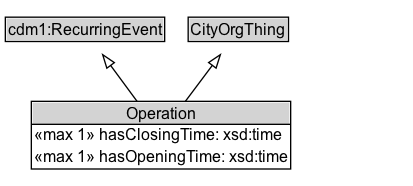
Above: docs/diagrams/Operation.dot.png in ISO-TC204/ontology-cdm-p2-v1 (Graphviz), before the change. Its source is kept beside it as docs/diagrams/Operation.dot.
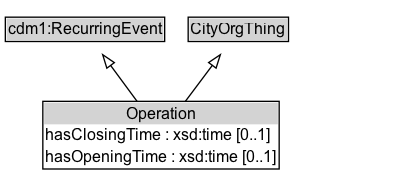
After the commit.

Diff of the diagram source:
```diff
@@ -3,15 +3,18 @@
 	node [fontname=Arial fontsize=12 margin=0 shape=none]
 	edge [fontname=Arial fontsize=11]
 	{
+		rank=source
+		cdm1_RecurringEvent [label=<<TABLE BORDER="1" CELLBORDER="0" CELLSPACING="0" CELLPADDING="1"><TR><TD BGCOLOR="lightgray" ALIGN="CENTER">cdm1:RecurringEvent</TD></TR></TABLE>> URL="https://w3id.org/citydata/part1/v1/RecurringEvent" margin=0]
+		CityOrgThing [label=<<TABLE BORDER="1" CELLBORDER="0" CELLSPACING="0" CELLPADDING="1"><TR><TD BGCOLOR="lightgray" ALIGN="CENTER">CityOrgThing</TD></TR></TABLE>> URL="../CityOrgThing" margin=0]
+	}
+	Operation [label=<<TABLE BORDER="1" CELLBORDER="0" CELLSPACING="0" CELLPADDING="1"><TR><TD BGCOLOR="lightgray" ALIGN="CENTER">Operation</TD></TR><TR><TD ALIGN="LEFT">hasClosingTime : xsd:time [0..1]</TD></TR><TR><TD ALIGN="LEFT">hasOpeningTime : xsd:time [0..1]</TD></TR></TABLE>> URL="../Operation" margin=0]
+	{
 		rank=max
-		Operation [label=<<TABLE BORDER="1" CELLBORDER="0" CELLSPACING="0" CELLPADDING="1"><TR><TD BGCOLOR="lightgray" ALIGN="CENTER" PORT="e">Operation</TD></TR><HR/><TR><TD ALIGN="LEFT">«max 1» hasClosingTime: xsd:time</TD></TR><TR><TD ALIGN="LEFT">«max 1» hasOpeningTime: xsd:time</TD></TR></TABLE>> URL="../Operation.md" margin=0]
 	}
 	subgraph cluster_associated {
 		label="" style=invis
 		Invis [label=<<TABLE BORDER="0" CELLBORDER="0" CELLSPACING="0" CELLPADDING="1"><TR><TD></TD></TR></TABLE>> margin=0 style=invis]
 	}
-	cdm1_RecurringEvent [label=<<TABLE BORDER="1" CELLBORDER="0" CELLSPACING="0" CELLPADDING="1"><TR><TD BGCOLOR="lightgray" ALIGN="CENTER">cdm1:RecurringEvent</TD></TR></TABLE>> margin=0]
 	Operation -> cdm1_RecurringEvent [arrowhead=onormal style=solid]
-	CityOrgThing [label=<<TABLE BORDER="1" CELLBORDER="0" CELLSPACING="0" CELLPADDING="1"><TR><TD BGCOLOR="lightgray" ALIGN="CENTER">CityOrgThing</TD></TR></TABLE>> URL="../CityOrgThing.md" margin=0]
 	Operation -> CityOrgThing [arrowhead=onormal style=solid]
 }
```
